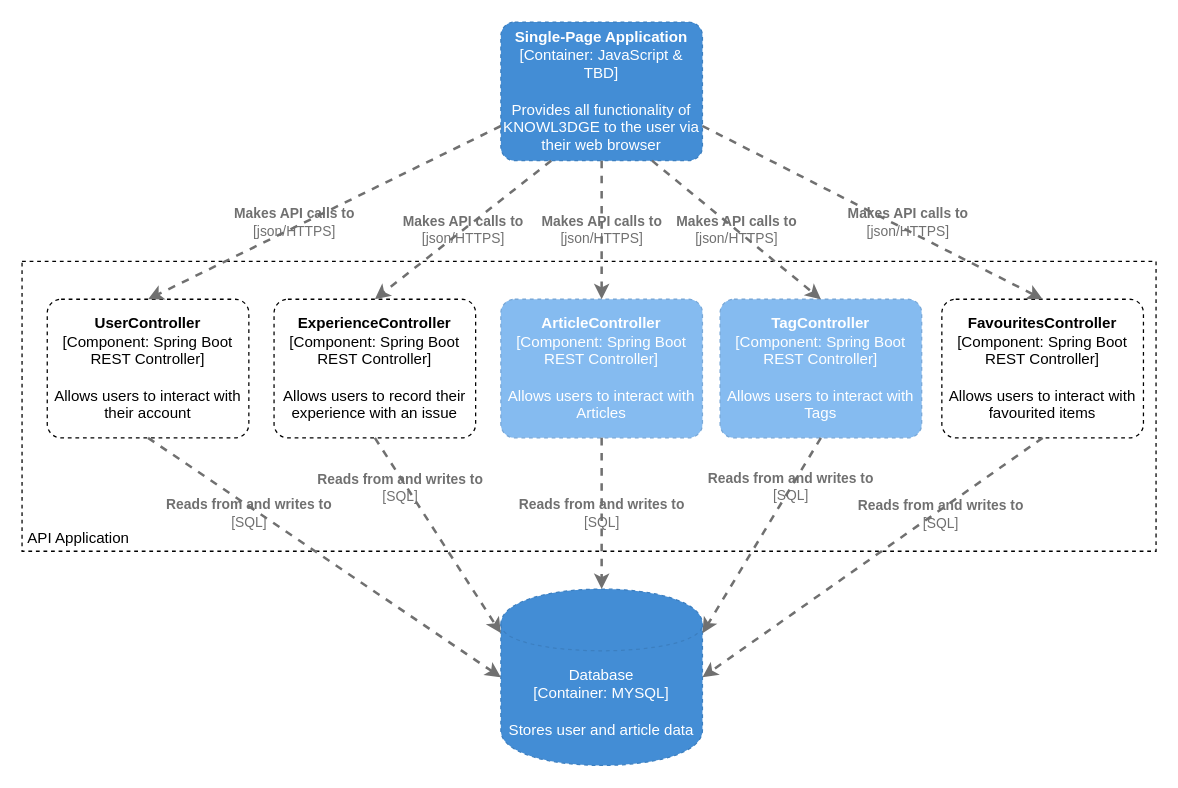
MPFGlaser/knowl3dge keeps this draw.io diagram as documentation/diagrams/knowl3dge-components.drawio. Above is the earlier version. Source tidied: cells renumbered, new cells numbered last; positions are measured from the earlier drawing's top-left corner, leaving out a move shared by most shapes. Both pictures are drawn from the tidied source at 126%, with x=0, y=0 at pixel (21, 21).
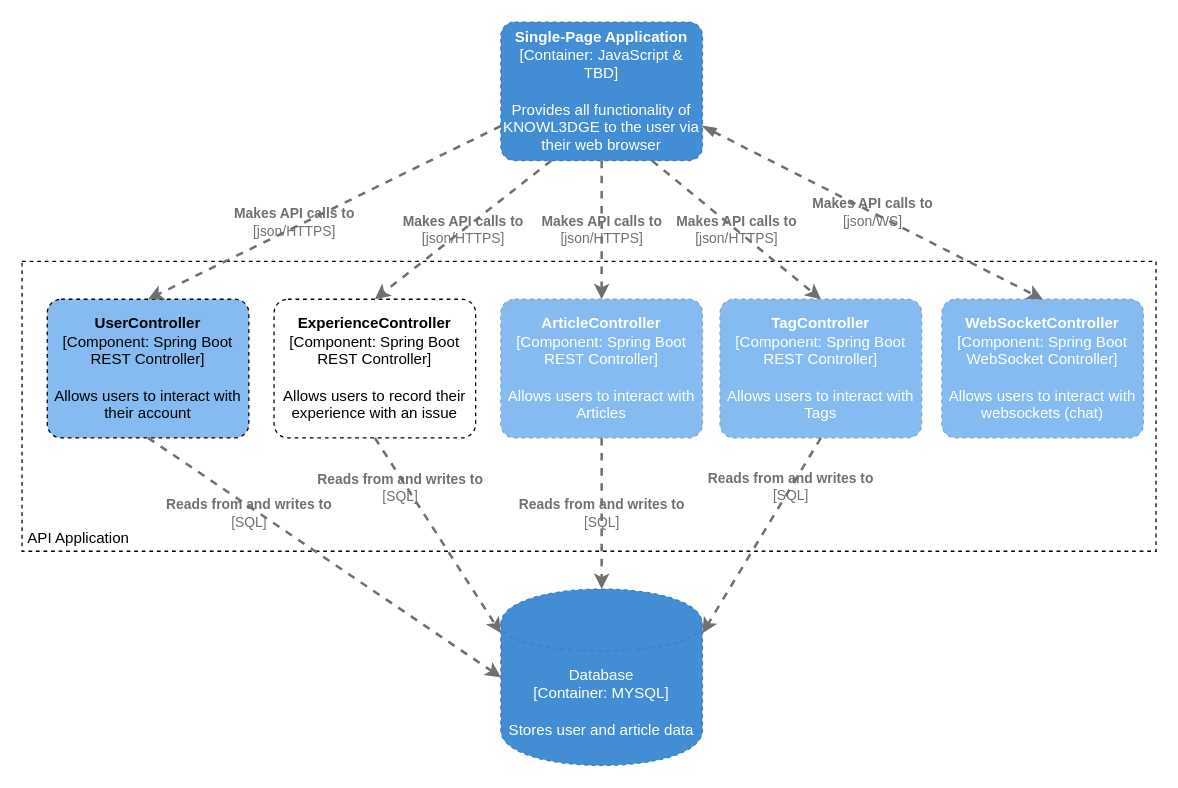
Above is the later version.

The change refers to these unchanged cells:
```xml
<object id="2" label="&lt;b&gt;%c4Name%&lt;/b&gt;&lt;div&gt;[%c4Type%: %c4Technology%]&lt;/div&gt;&lt;br&gt;&lt;div&gt;%c4Description%&lt;/div&gt;" c4Description="Provides all functionality of KNOWL3DGE to the user via their web browser" c4Name="Single-Page Application" c4Technology="JavaScript &amp; TBD" c4Type="Container" placeholders="1">
  <mxCell style="rounded=1;whiteSpace=wrap;html=1;labelBackgroundColor=none;fillColor=#438DD5;fontColor=#ffffff;align=center;arcSize=10;strokeColor=#3C7FC0;metaData={&quot;c4Type&quot;:{&quot;editable&quot;:false}};points=[[0.25,0,0],[0.5,0,0],[0.75,0,0],[1,0.25,0],[1,0.5,0],[1,0.75,0],[0.75,1,0],[0.5,1,0],[0.25,1,0],[0,0.75,0],[0,0.5,0],[0,0.25,0]];shadow=0;glass=0;dashed=1;sketch=0;" parent="1" vertex="1">
    <mxGeometry x="380" width="160" height="110" as="geometry" />
  </mxCell>
</object>
<object id="5" label="%c4Type%&lt;div&gt;[Container:&amp;nbsp;%c4Technology%]&lt;/div&gt;&lt;br&gt;&lt;div&gt;%c4Description%&lt;/div&gt;" c4Description="Stores user and article data" c4Technology="MYSQL" c4Type="Database" placeholders="1">
  <mxCell style="shape=cylinder;whiteSpace=wrap;html=1;boundedLbl=1;rounded=0;labelBackgroundColor=none;fillColor=#438DD5;fontSize=12;fontColor=#ffffff;align=center;strokeColor=#3C7FC0;points=[[0.5,0,0],[1,0.25,0],[1,0.5,0],[1,0.75,0],[0.5,1,0],[0,0.75,0],[0,0.5,0],[0,0.25,0]];metaData={&quot;c4Type&quot;:{&quot;editable&quot;:false}};shadow=0;glass=0;dashed=1;sketch=0;" parent="1" vertex="1">
    <mxGeometry x="380" y="450" width="160" height="140" as="geometry" />
  </mxCell>
</object>
```

Change to the diagram source:
```diff
@@
     <object id="10" label="&lt;b&gt;%c4Name%&lt;/b&gt;&lt;div&gt;[%c4Type%: %c4Technology%]&lt;/div&gt;&lt;br&gt;&lt;div&gt;%c4Description%&lt;/div&gt;" c4Description="Allows users to interact with their account" c4Name="UserController" c4Technology="Spring Boot REST Controller" c4Type="Component" placeholders="1">
-      <mxCell style="rounded=1;whiteSpace=wrap;html=1;labelBackgroundColor=none;align=center;arcSize=10;metaData={&quot;c4Type&quot;:{&quot;editable&quot;:false}};points=[[0.25,0,0],[0.5,0,0],[0.75,0,0],[1,0.25,0],[1,0.5,0],[1,0.75,0],[0.75,1,0],[0.5,1,0],[0.25,1,0],[0,0.75,0],[0,0.5,0],[0,0.25,0]];dashed=1;" parent="1" vertex="1">
+      <mxCell style="rounded=1;whiteSpace=wrap;html=1;labelBackgroundColor=none;align=center;arcSize=10;metaData={&quot;c4Type&quot;:{&quot;editable&quot;:false}};points=[[0.25,0,0],[0.5,0,0],[0.75,0,0],[1,0.25,0],[1,0.5,0],[1,0.75,0],[0.75,1,0],[0.5,1,0],[0.25,1,0],[0,0.75,0],[0,0.5,0],[0,0.25,0]];dashed=1;fillColor=#85BBF0;" parent="1" vertex="1">
         <mxGeometry x="20" y="220" width="160" height="110" as="geometry" />
       </mxCell>
     </object>
-    <object id="11" label="&lt;b&gt;%c4Name%&lt;/b&gt;&lt;div&gt;[%c4Type%: %c4Technology%]&lt;/div&gt;&lt;br&gt;&lt;div&gt;%c4Description%&lt;/div&gt;" c4Description="Allows users to interact with favourited items" c4Name="FavouritesController" c4Technology="Spring Boot REST Controller" c4Type="Component" placeholders="1">
-      <mxCell style="rounded=1;whiteSpace=wrap;html=1;labelBackgroundColor=none;align=center;arcSize=10;metaData={&quot;c4Type&quot;:{&quot;editable&quot;:false}};points=[[0.25,0,0],[0.5,0,0],[0.75,0,0],[1,0.25,0],[1,0.5,0],[1,0.75,0],[0.75,1,0],[0.5,1,0],[0.25,1,0],[0,0.75,0],[0,0.5,0],[0,0.25,0]];dashed=1;" parent="1" vertex="1">
-        <mxGeometry x="730" y="220" width="160" height="110" as="geometry" />
-      </mxCell>
-    </object>
@@
-    <object id="16" label="&lt;div style=&quot;text-align: left&quot;&gt;&lt;div style=&quot;text-align: center&quot;&gt;&lt;b&gt;%c4Description%&lt;/b&gt;&lt;/div&gt;&lt;div style=&quot;text-align: center&quot;&gt;[%c4Technology%]&lt;/div&gt;&lt;/div&gt;" c4Description="Makes API calls to" c4Technology="json/HTTPS" placeholders="1">
-      <mxCell style="edgeStyle=none;rounded=0;html=1;entryX=0.5;entryY=0;jettySize=auto;strokeColor=#707070;strokeWidth=2;fontColor=#707070;jumpStyle=none;dashed=1;metaData={&quot;c4Type&quot;:{&quot;editable&quot;:false}};exitX=1;exitY=0.75;exitDx=0;exitDy=0;exitPerimeter=0;entryDx=0;entryDy=0;entryPerimeter=0;labelBackgroundColor=none;" parent="1" edge="1" source="2" target="11">
-        <mxGeometry x="0.19" y="6" relative="1" as="geometry" />
-      </mxCell>
-    </object>
@@
-    <object id="18" label="&lt;div style=&quot;text-align: left&quot;&gt;&lt;div style=&quot;text-align: center&quot;&gt;&lt;b&gt;%c4Description%&lt;/b&gt;&lt;/div&gt;&lt;div style=&quot;text-align: center&quot;&gt;[%c4Technology%]&lt;/div&gt;&lt;/div&gt;" c4Description="Reads from and writes to" c4Technology="SQL" placeholders="1">
-      <mxCell style="edgeStyle=none;rounded=0;html=1;entryX=1;entryY=0.5;jettySize=auto;strokeColor=#707070;strokeWidth=2;fontColor=#707070;jumpStyle=none;dashed=1;metaData={&quot;c4Type&quot;:{&quot;editable&quot;:false}};entryDx=0;entryDy=0;entryPerimeter=0;exitX=0.5;exitY=1;exitDx=0;exitDy=0;exitPerimeter=0;labelBackgroundColor=none;" parent="1" edge="1" source="11" target="5">
-        <mxGeometry x="-0.39" y="3" relative="1" as="geometry" />
-      </mxCell>
-    </object>
@@
+    <object id="21" label="&lt;b&gt;%c4Name%&lt;/b&gt;&lt;div&gt;[%c4Type%: %c4Technology%]&lt;/div&gt;&lt;br&gt;&lt;div&gt;%c4Description%&lt;/div&gt;" c4Description="Allows users to interact with websockets (chat)" c4Name="WebSocketController" c4Technology="Spring Boot WebSocket Controller" c4Type="Component" placeholders="1">
+      <mxCell style="rounded=1;whiteSpace=wrap;html=1;labelBackgroundColor=none;fillColor=#85BBF0;fontColor=#ffffff;align=center;arcSize=10;strokeColor=#78A8D8;metaData={&quot;c4Type&quot;:{&quot;editable&quot;:false}};points=[[0.25,0,0],[0.5,0,0],[0.75,0,0],[1,0.25,0],[1,0.5,0],[1,0.75,0],[0.75,1,0],[0.5,1,0],[0.25,1,0],[0,0.75,0],[0,0.5,0],[0,0.25,0]];dashed=1;" parent="1" vertex="1">
+        <mxGeometry x="730" y="220" width="160" height="110" as="geometry" />
+      </mxCell>
+    </object>
+    <object id="22" label="&lt;div style=&quot;text-align: left&quot;&gt;&lt;div style=&quot;text-align: center&quot;&gt;&lt;b&gt;%c4Description%&lt;/b&gt;&lt;/div&gt;&lt;div style=&quot;text-align: center&quot;&gt;[%c4Technology%]&lt;/div&gt;&lt;/div&gt;" c4Description="Makes API calls to" c4Technology="json/WS" placeholders="1">
+      <mxCell style="edgeStyle=none;rounded=0;html=1;entryX=0.5;entryY=0;jettySize=auto;strokeColor=#707070;strokeWidth=2;fontColor=#707070;jumpStyle=none;dashed=1;metaData={&quot;c4Type&quot;:{&quot;editable&quot;:false}};exitX=1;exitY=0.75;exitDx=0;exitDy=0;exitPerimeter=0;entryDx=0;entryDy=0;entryPerimeter=0;labelBackgroundColor=none;startArrow=blockThin;startFill=1;" parent="1" edge="1" source="2" target="21">
+        <mxGeometry relative="1" as="geometry" />
+      </mxCell>
+    </object>
```
